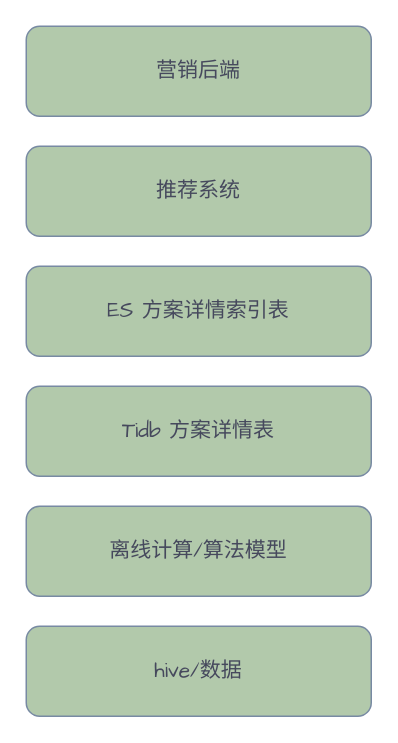
Earlier version of the draw.io diagram solution_rec.drawio (silan-liu/drawio). Source tidied: cells renumbered, new cells numbered last; positions are measured from the earlier drawing's top-left corner, leaving out a move shared by most shapes. Both pictures are drawn from the tidied source at 150%, with x=0, y=0 at pixel (26, 26).
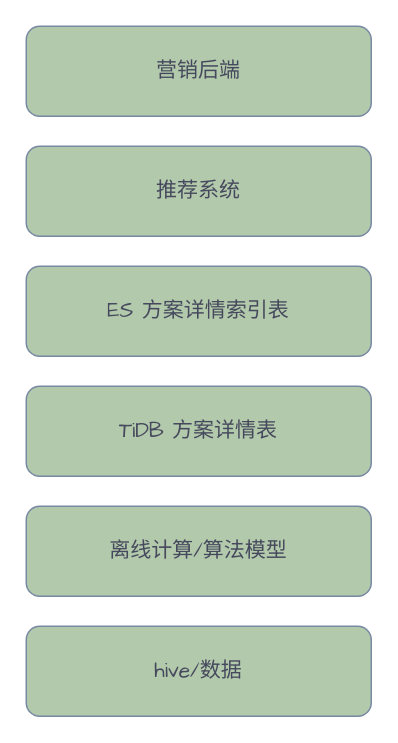
The same page after the edit.

Diff of the diagram source:
```diff
@@
 <mxGraphModel>
   <root>
     <mxCell id="0" />
     <mxCell id="1" parent="0" />
     <mxCell id="2" value="hive/数据" style="rounded=1;whiteSpace=wrap;html=1;strokeColor=#788AA3;fontColor=#46495D;fillColor=#B2C9AB;fontSize=14;fontFamily=Comic Sans MS;" parent="1" vertex="1">
       <mxGeometry y="400" width="230" height="60" as="geometry" />
     </mxCell>
     <mxCell id="3" value="离线计算/算法模型" style="rounded=1;whiteSpace=wrap;html=1;strokeColor=#788AA3;fontColor=#46495D;fillColor=#B2C9AB;fontSize=14;fontFamily=Comic Sans MS;" parent="1" vertex="1">
       <mxGeometry y="320" width="230" height="60" as="geometry" />
     </mxCell>
-    <mxCell id="4" value="Tidb 方案详情表" style="rounded=1;whiteSpace=wrap;html=1;strokeColor=#788AA3;fontColor=#46495D;fillColor=#B2C9AB;fontSize=14;fontFamily=Comic Sans MS;" parent="1" vertex="1">
+    <mxCell id="4" value="TiDB 方案详情表" style="rounded=1;whiteSpace=wrap;html=1;strokeColor=#788AA3;fontColor=#46495D;fillColor=#B2C9AB;fontSize=14;fontFamily=Comic Sans MS;" parent="1" vertex="1">
       <mxGeometry y="240" width="230" height="60" as="geometry" />
     </mxCell>
     <mxCell id="5" value="ES 方案详情索引表" style="rounded=1;whiteSpace=wrap;html=1;strokeColor=#788AA3;fontColor=#46495D;fillColor=#B2C9AB;fontSize=14;fontFamily=Comic Sans MS;" parent="1" vertex="1">
       <mxGeometry y="160" width="230" height="60" as="geometry" />
     </mxCell>
     <mxCell id="6" value="推荐系统" style="rounded=1;whiteSpace=wrap;html=1;strokeColor=#788AA3;fontColor=#46495D;fillColor=#B2C9AB;fontSize=14;fontFamily=Comic Sans MS;" parent="1" vertex="1">
       <mxGeometry y="80" width="230" height="60" as="geometry" />
     </mxCell>
     <mxCell id="7" value="营销后端" style="rounded=1;whiteSpace=wrap;html=1;strokeColor=#788AA3;fontColor=#46495D;fillColor=#B2C9AB;fontSize=14;fontFamily=Comic Sans MS;" parent="1" vertex="1">
       <mxGeometry width="230" height="60" as="geometry" />
     </mxCell>
   </root>
 </mxGraphModel>
```
